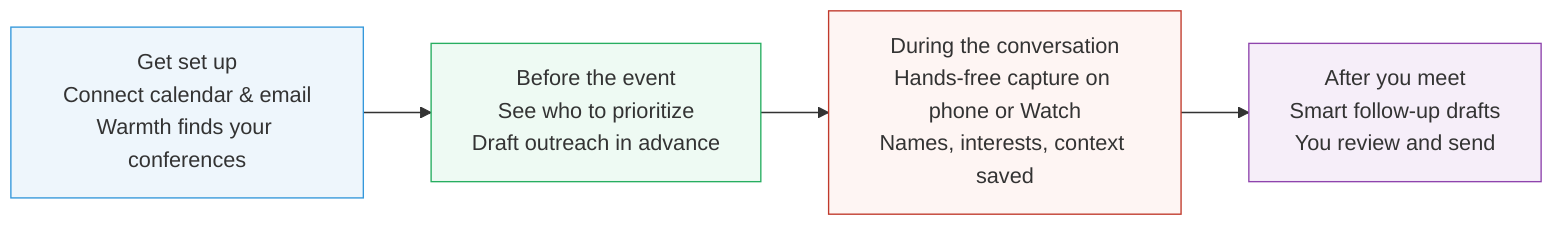
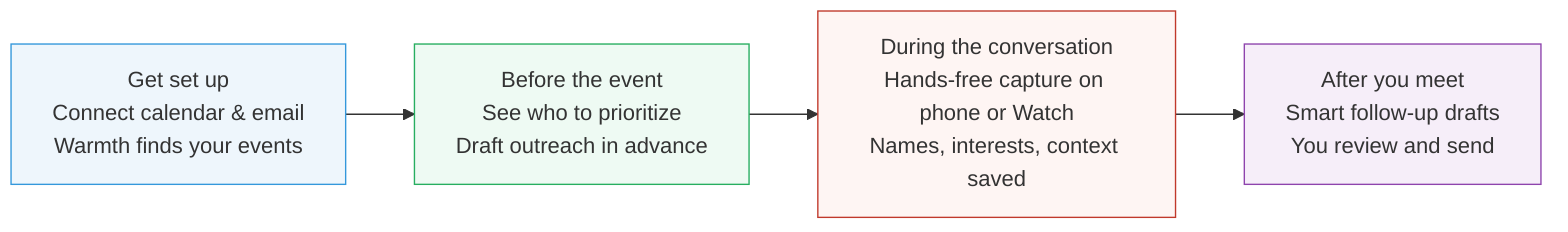
flowchart LR
-     OB["Get set up<br/>Connect calendar & email<br/>Warmth finds your conferences"]
+     OB["Get set up<br/>Connect calendar & email<br/>Warmth finds your events"]
    BM["Before the event<br/>See who to prioritize<br/>Draft outreach in advance"]
    MT["During the conversation<br/>Hands-free capture on phone or Watch<br/>Names, interests, context saved"]
    PM["After you meet<br/>Smart follow-up drafts<br/>You review and send"]

    OB --> BM --> MT --> PM

    style OB fill:#eef6fc,stroke:#3498db
    style BM fill:#eefaf3,stroke:#27ae60
    style MT fill:#fef5f3,stroke:#c0392b
    style PM fill:#f6eef9,stroke:#8e44ad
